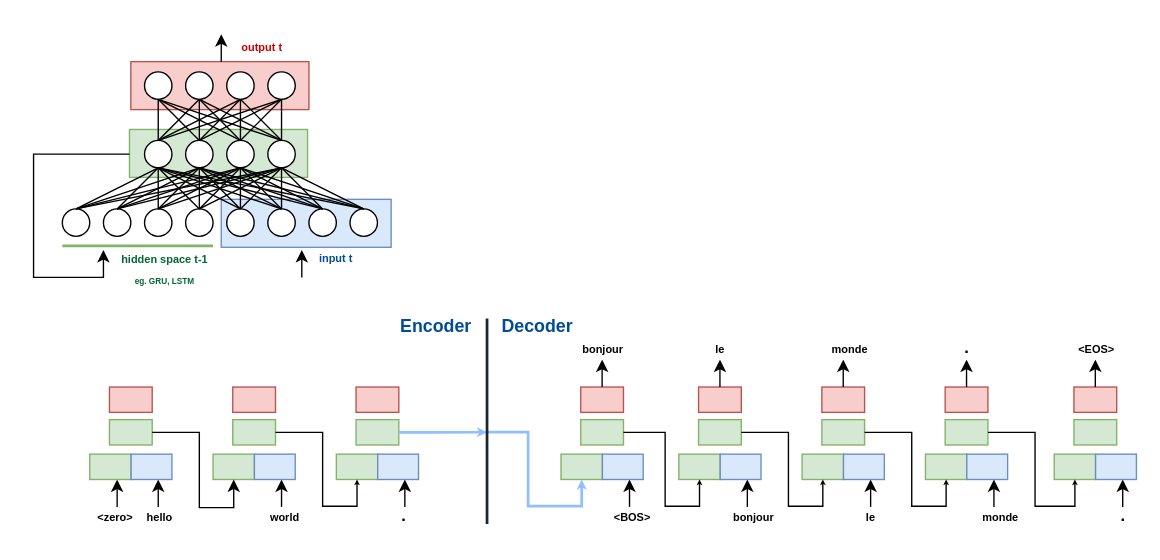
Earlier version of the draw.io diagram assets/AI-Supercomputing/Encoder_Decoder.drawio (brunomaga/brunomaga.github.io). Source tidied: cells renumbered, new cells numbered last; positions are measured from the earlier drawing's top-left corner, leaving out a move shared by most shapes. Both pictures are drawn from the tidied source at 137%, with x=0, y=0 at pixel (33, 33).
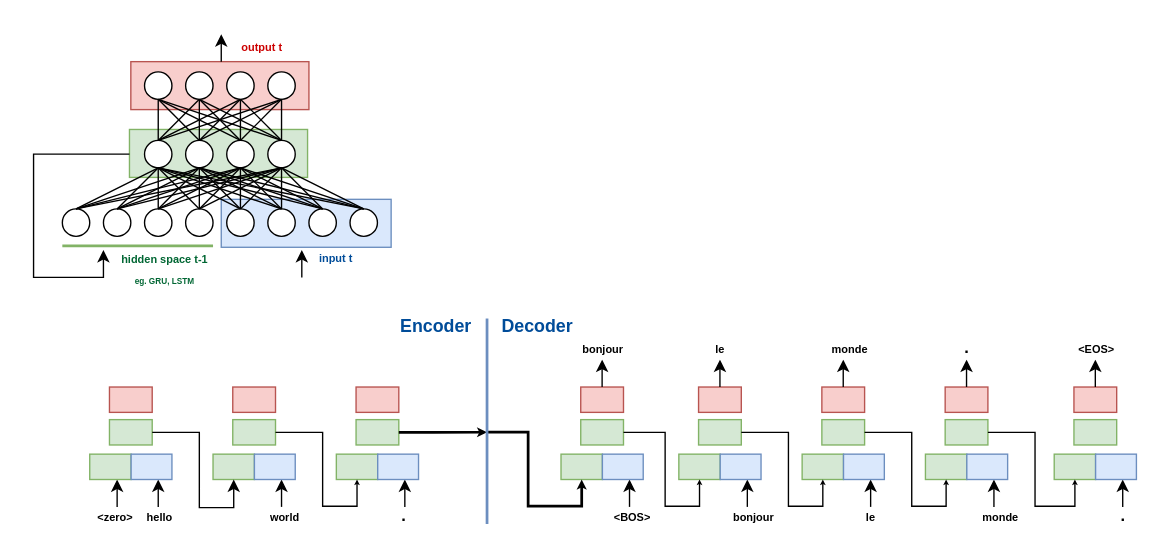
After the change.

The change refers to these unchanged cells:
```xml
<mxCell id="95" style="rounded=0;whiteSpace=wrap;html=1;fillColor=#d5e8d4;strokeColor=#82b366;" parent="91" vertex="1">
  <mxGeometry x="14.4" y="23.8" width="31.2" height="18.5" as="geometry" />
</mxCell>
<mxCell id="98" style="rounded=0;whiteSpace=wrap;html=1;fillColor=#d5e8d4;strokeColor=#82b366;" parent="97" vertex="1">
  <mxGeometry y="49" width="30.2" height="18.5" as="geometry" />
</mxCell>
```

What changed in the source:
```diff
@@
-    <mxCell id="138" style="edgeStyle=orthogonalEdgeStyle;rounded=0;jettySize=auto;html=1;endSize=1;strokeColor=#90BEFF;strokeWidth=2;entryX=0.5;entryY=1;entryDx=0;entryDy=0;" parent="1" edge="1" target="98">
+    <mxCell id="138" style="edgeStyle=orthogonalEdgeStyle;rounded=0;jettySize=auto;html=1;endSize=1;strokeColor=#000000;strokeWidth=2;entryX=0.5;entryY=1;entryDx=0;entryDy=0;" parent="1" edge="1" target="98">
       <mxGeometry relative="1" as="geometry">
         <mxPoint x="331" y="291" as="sourcePoint" />
         <Array as="points">
           <mxPoint x="361" y="291" />
           <mxPoint x="361" y="345" />
           <mxPoint x="400" y="345" />
         </Array>
       </mxGeometry>
     </mxCell>
-    <mxCell id="139" style="edgeStyle=orthogonalEdgeStyle;rounded=0;jettySize=auto;html=1;endSize=1;strokeColor=#90BEFF;strokeWidth=2;exitX=1;exitY=0.5;exitDx=0;exitDy=0;" parent="1" edge="1" source="95">
+    <mxCell id="139" style="edgeStyle=orthogonalEdgeStyle;rounded=0;jettySize=auto;html=1;endSize=1;strokeColor=#000000;strokeWidth=2;exitX=1;exitY=0.5;exitDx=0;exitDy=0;" parent="1" edge="1" source="95">
       <mxGeometry relative="1" as="geometry">
         <mxPoint x="331" y="291" as="targetPoint" />
         <Array as="points">
           <mxPoint x="291" y="291" />
           <mxPoint x="291" y="291" />
         </Array>
       </mxGeometry>
     </mxCell>
-    <mxCell id="140" style="endArrow=none;html=1;strokeWidth=2;fillColor=#dae8fc;strokeColor=#1B2430;" parent="1" edge="1">
+    <mxCell id="140" style="endArrow=none;html=1;strokeWidth=2;fillColor=#dae8fc;strokeColor=#6c8ebf;" parent="1" edge="1">
       <mxGeometry relative="1" as="geometry">
         <mxPoint x="331" y="358" as="sourcePoint" />
         <mxPoint x="331" y="208" as="targetPoint" />
       </mxGeometry>
     </mxCell>
```
